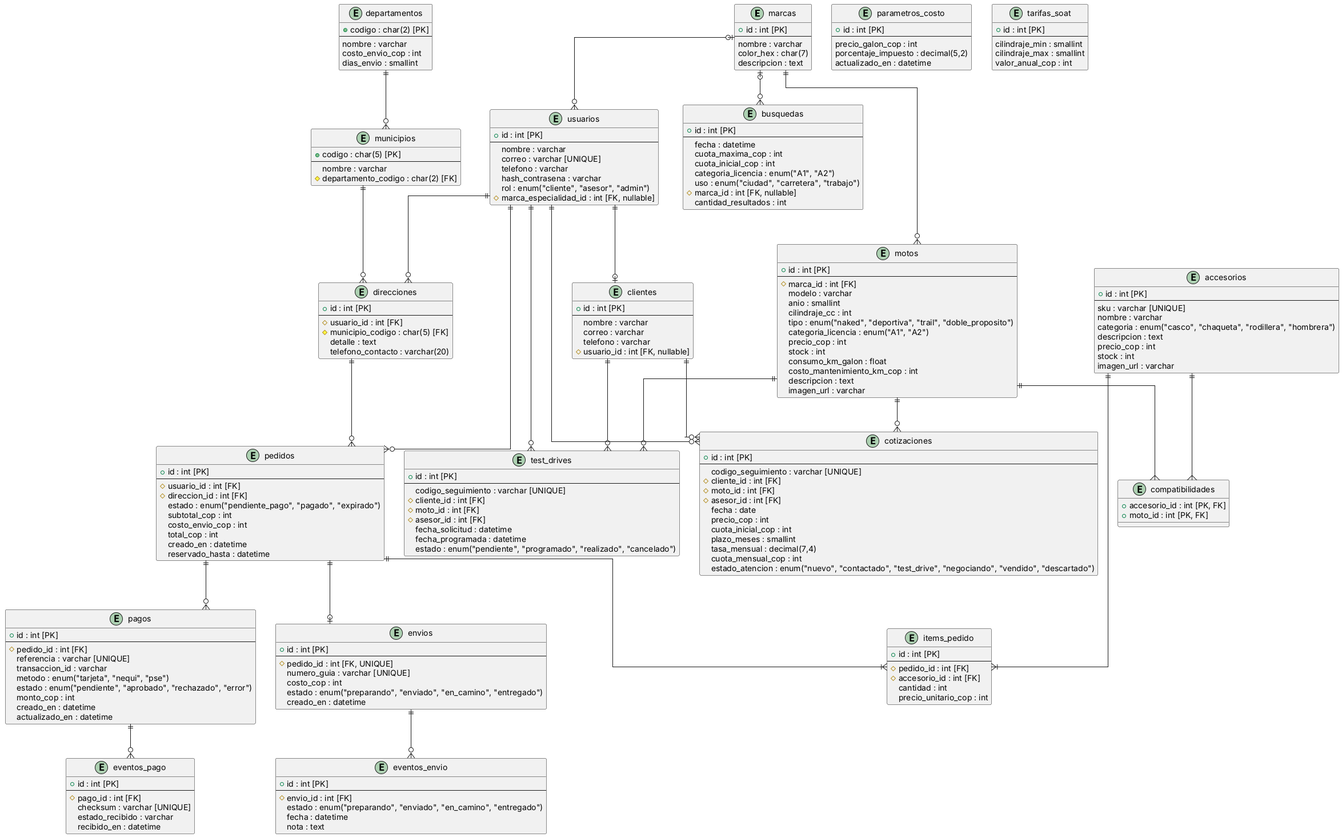
The PlantUML diagram docs/uml/modelo-logico-relacional.png in Andresg9805/concesionario-motos, before a commit.
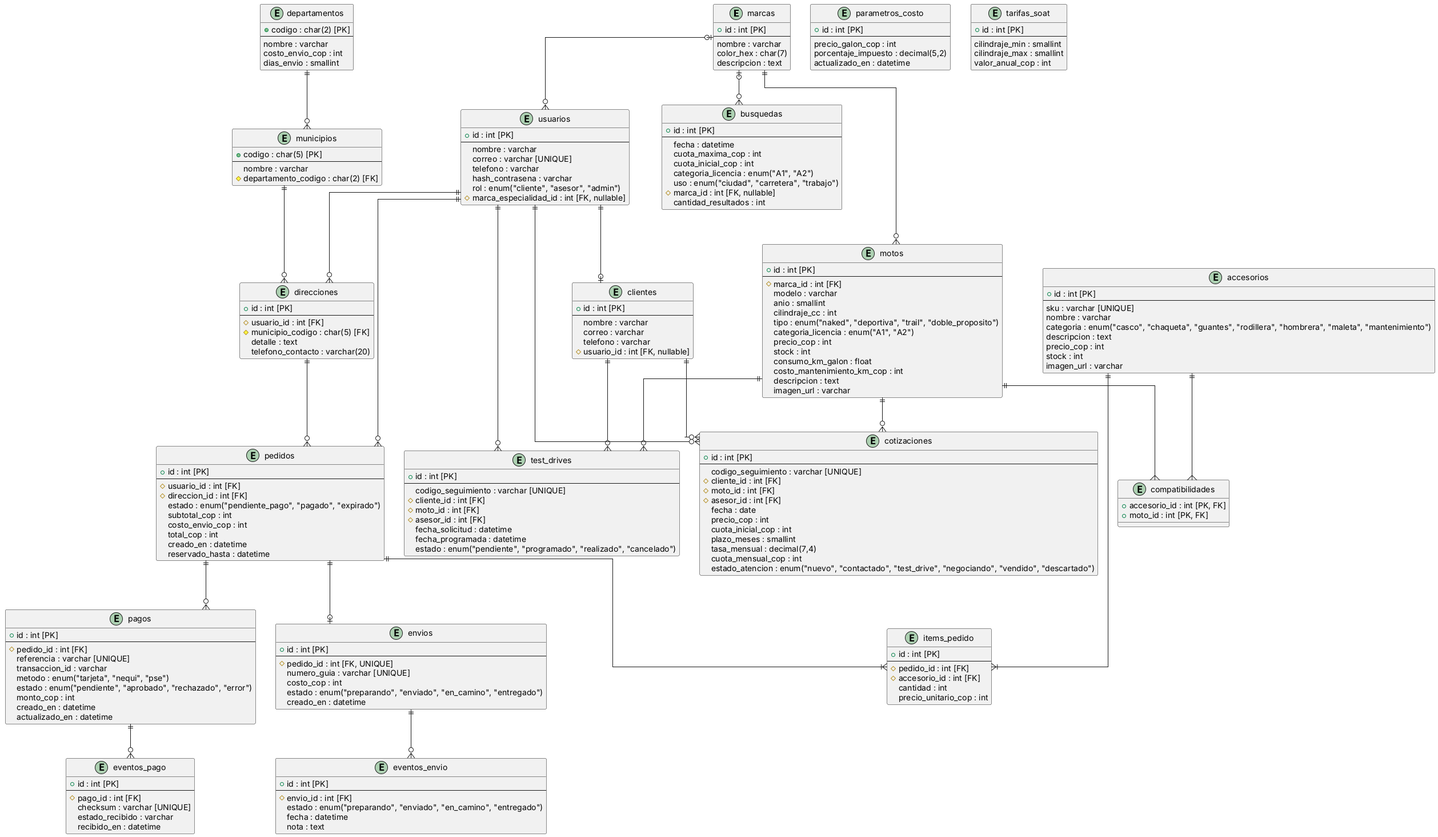
The same file after the commit.

What changed in the source:
```diff
@@ -107,7 +107,7 @@
   --
   sku : varchar [UNIQUE]
   nombre : varchar
-  categoria : enum("casco", "chaqueta", "rodillera", "hombrera")
+  categoria : enum("casco", "chaqueta", "guantes", "rodillera", "hombrera", "maleta", "mantenimiento")
   descripcion : text
   precio_cop : int
   stock : int
```
